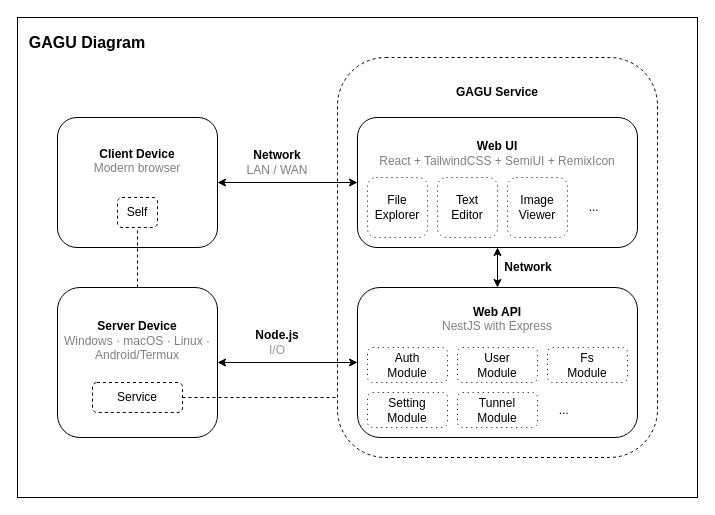
Chisw/gagu keeps this draw.io diagram as gagu-website/public/assets/diagram.drawio. Above is the earlier version. Source tidied: cells renumbered, new cells numbered last; positions are measured from the earlier drawing's top-left corner, leaving out a move shared by most shapes. Both pictures are drawn from the tidied source at 100%, with x=0, y=0 at pixel (17, 17).
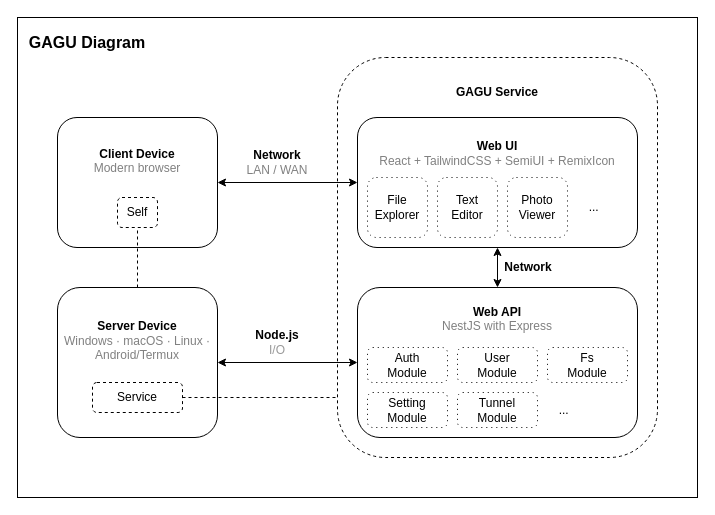
The same diagram, later.

Change to the diagram source:
```diff
@@
-    <mxCell id="19" value="Image&lt;br&gt;Viewer" style="rounded=1;whiteSpace=wrap;html=1;dashed=1;dashPattern=1 4;" parent="1" vertex="1">
+    <mxCell id="19" value="Photo&lt;br&gt;Viewer" style="rounded=1;whiteSpace=wrap;html=1;dashed=1;dashPattern=1 4;" parent="1" vertex="1">
       <mxGeometry x="490" y="160" width="60" height="60" as="geometry" />
     </mxCell>
```
